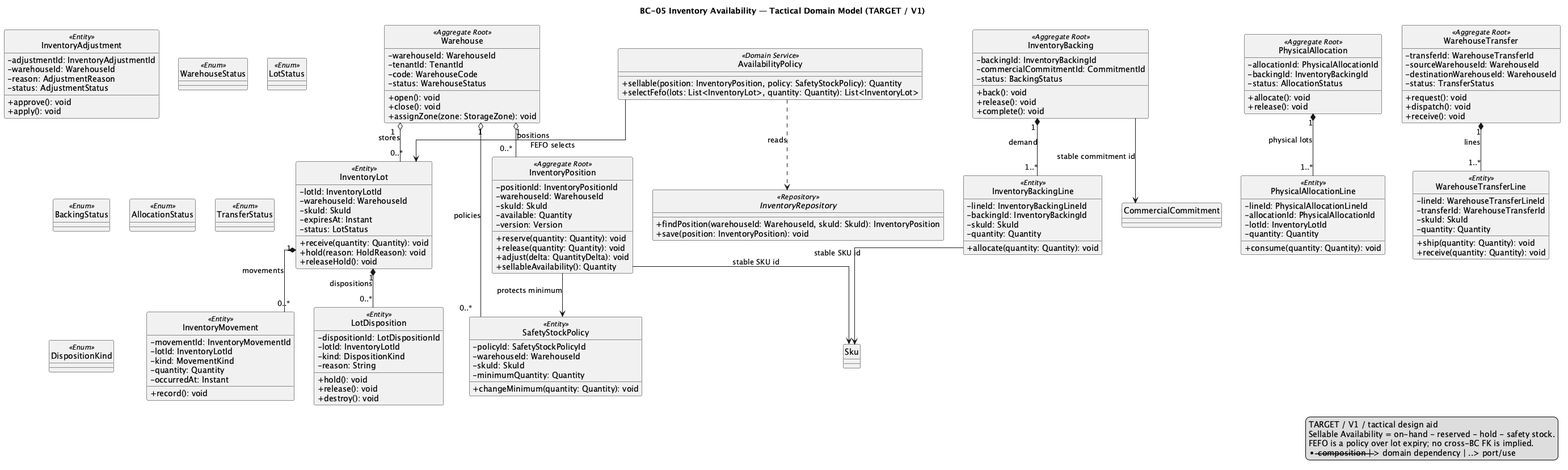
This is 01-shared/domain/bounded-contexts/BC-05-inventory-availability/diagrams/BC05_InventoryAvailability.png from nexa-suite/blueprint, a PlantUML export, as it was before one commit.
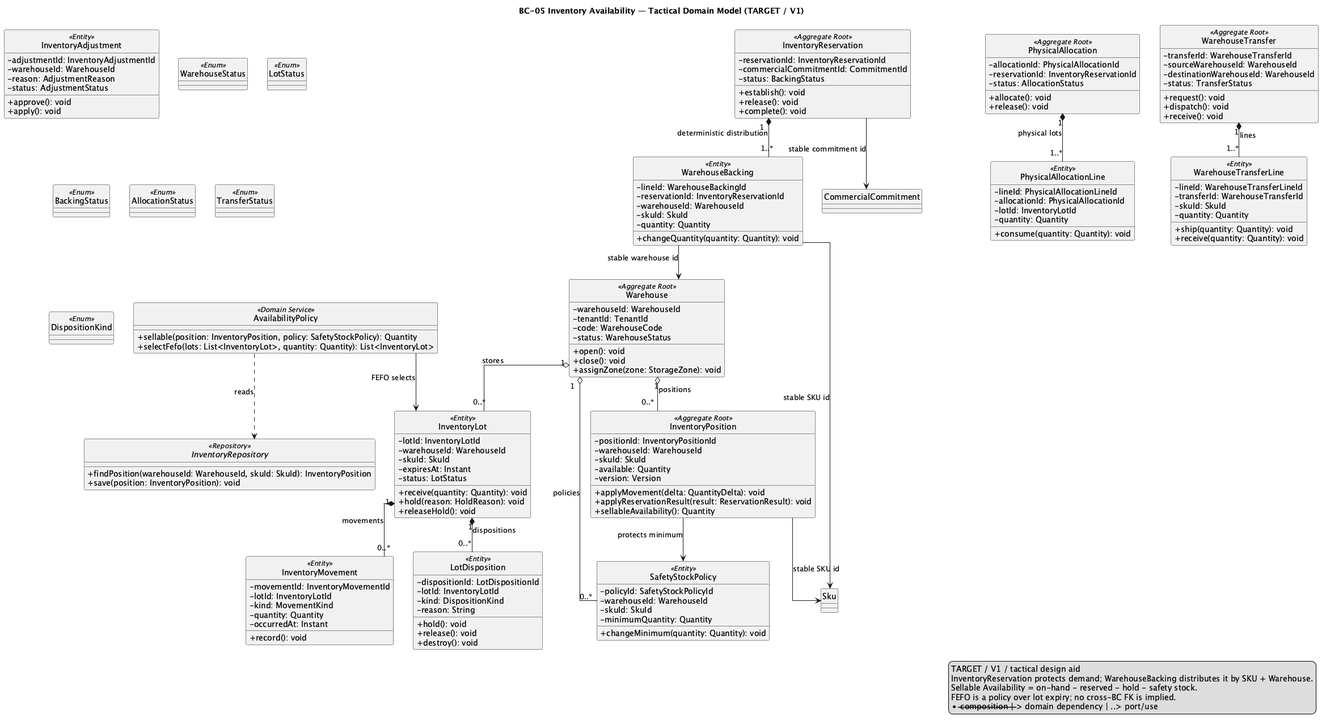
After the change.

The edit, as a diff of the source:
```diff
@@ -32,9 +32,8 @@
   -skuId: SkuId
   -available: Quantity
   -version: Version
-  +reserve(quantity: Quantity): void
-  +release(quantity: Quantity): void
-  +adjust(delta: QuantityDelta): void
+  +applyMovement(delta: QuantityDelta): void
+  +applyReservationResult(result: ReservationResult): void
   +sellableAvailability(): Quantity
 }
 
@@ -55,26 +54,27 @@
   +changeMinimum(quantity: Quantity): void
 }
 
-class InventoryBacking <<Aggregate Root>> {
-  -backingId: InventoryBackingId
+class InventoryReservation <<Aggregate Root>> {
+  -reservationId: InventoryReservationId
   -commercialCommitmentId: CommitmentId
   -status: BackingStatus
-  +back(): void
+  +establish(): void
   +release(): void
   +complete(): void
 }
 
-class InventoryBackingLine <<Entity>> {
-  -lineId: InventoryBackingLineId
-  -backingId: InventoryBackingId
+class WarehouseBacking <<Entity>> {
+  -lineId: WarehouseBackingId
+  -reservationId: InventoryReservationId
+  -warehouseId: WarehouseId
   -skuId: SkuId
   -quantity: Quantity
-  +allocate(quantity: Quantity): void
+  +changeQuantity(quantity: Quantity): void
 }
 
 class PhysicalAllocation <<Aggregate Root>> {
   -allocationId: PhysicalAllocationId
-  -backingId: InventoryBackingId
+  -reservationId: InventoryReservationId
   -status: AllocationStatus
   +allocate(): void
   +release(): void
@@ -148,18 +148,20 @@
 Warehouse "1" o-- "0..*" SafetyStockPolicy : policies
 InventoryLot "1" *-- "0..*" InventoryMovement : movements
 InventoryLot "1" *-- "0..*" LotDisposition : dispositions
-InventoryBacking "1" *-- "1..*" InventoryBackingLine : demand
+InventoryReservation "1" *-- "1..*" WarehouseBacking : deterministic distribution
 PhysicalAllocation "1" *-- "1..*" PhysicalAllocationLine : physical lots
 WarehouseTransfer "1" *-- "1..*" WarehouseTransferLine : lines
 InventoryPosition --> Sku : stable SKU id
-InventoryBacking --> CommercialCommitment : stable commitment id
-InventoryBackingLine --> Sku : stable SKU id
+InventoryReservation --> CommercialCommitment : stable commitment id
+WarehouseBacking --> Warehouse : stable warehouse id
+WarehouseBacking --> Sku : stable SKU id
 AvailabilityPolicy ..> InventoryRepository : reads
 AvailabilityPolicy --> InventoryLot : FEFO selects
 InventoryPosition --> SafetyStockPolicy : protects minimum
 
 legend right
 TARGET / V1 / tactical design aid
+InventoryReservation protects demand; WarehouseBacking distributes it by SKU + Warehouse.
 Sellable Availability = on-hand - reserved - hold - safety stock.
 FEFO is a policy over lot expiry; no cross-BC FK is implied.
 *-- composition | --> domain dependency | ..> port/use
```
